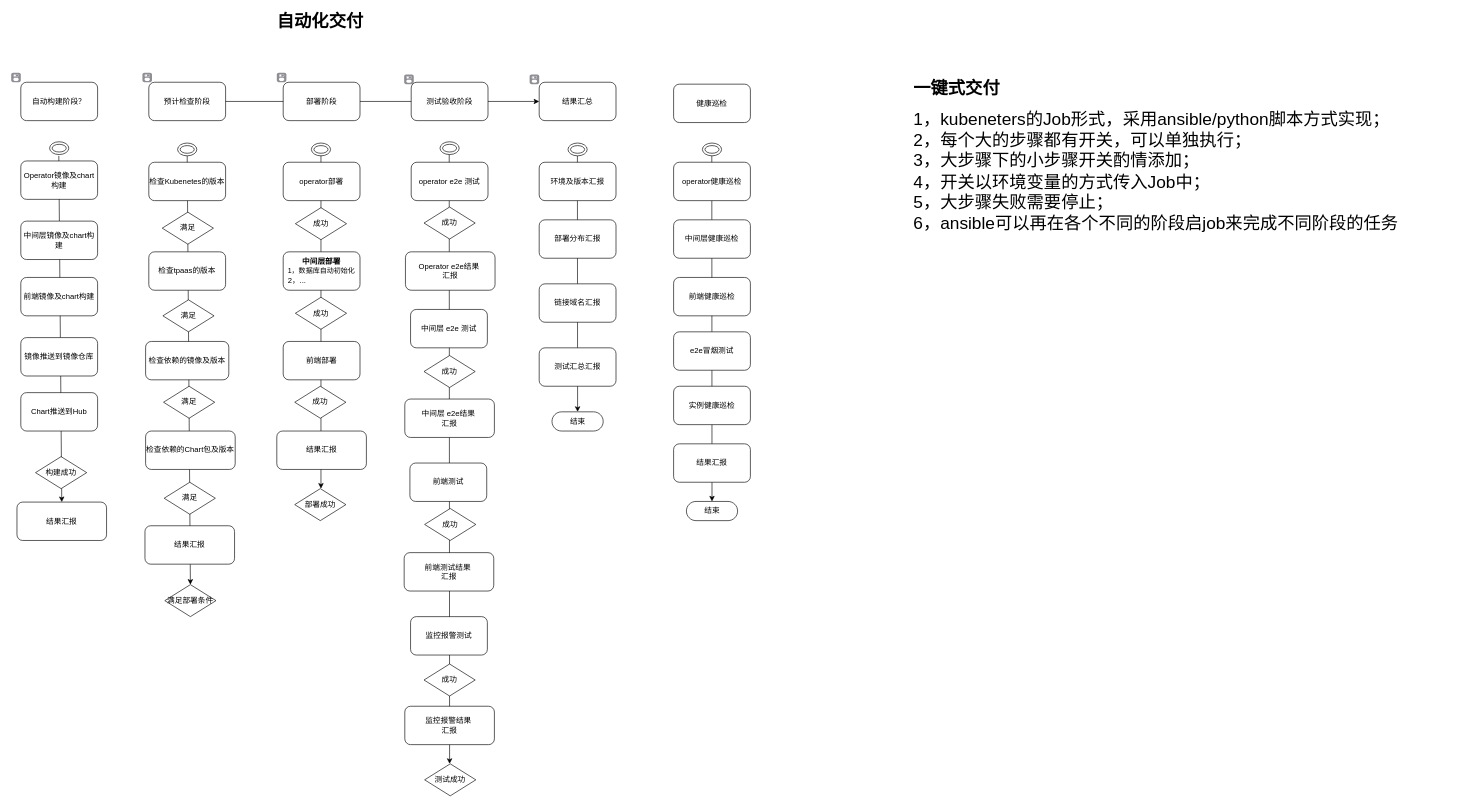
Above: page "自动化交付" (8 of 8) of TPASS.drawio in zjtheone/read-the-fxxk-code (draw.io), before the change. Source tidied: cells renumbered, new cells numbered last; positions are measured from the earlier drawing's top-left corner, leaving out a move shared by most shapes. Both pictures are drawn from the tidied source at 64%, with x=0, y=0 at pixel (11, 15).
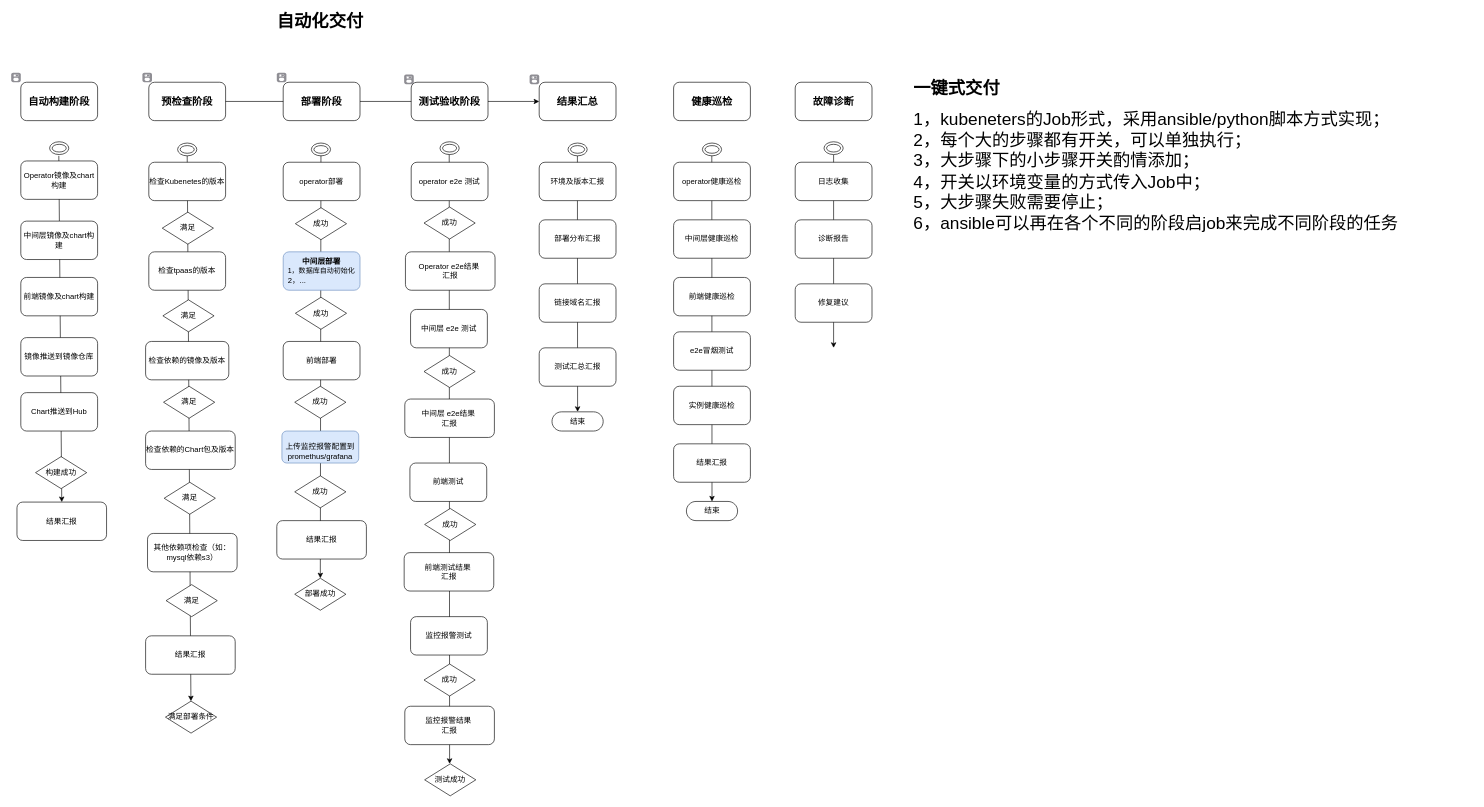
The same diagram, later.

Change to the diagram source:
```diff
@@
+    <mxCell id="78" style="endArrow=classic;html=1;fontColor=#CCE5FF;exitX=0.5;exitY=1;exitDx=0;exitDy=0;" parent="1" edge="1" source="84">
+      <mxGeometry relative="1" as="geometry">
+        <mxPoint x="1285" y="520" as="targetPoint" />
+      </mxGeometry>
+    </mxCell>
@@
-    <mxCell id="6" style="endArrow=classic;html=1;fontSize=27;fontColor=#00FFFF;" parent="1" edge="1">
+    <mxCell id="6" style="endArrow=classic;html=1;fontSize=27;fontColor=#00FFFF;entryX=0.5;entryY=0;entryDx=0;entryDy=0;" parent="1" edge="1" target="48">
       <mxGeometry relative="1" as="geometry">
         <mxPoint x="484" y="215" as="sourcePoint" />
-        <mxPoint x="484" y="740" as="targetPoint" />
       </mxGeometry>
     </mxCell>
-    <mxCell id="7" style="endArrow=classic;html=1;fontSize=27;fontColor=#00FFFF;entryX=0;entryY=0.5;entryDx=0;entryDy=0;" parent="1" edge="1" target="39">
+    <mxCell id="7" style="endArrow=classic;html=1;fontSize=16;fontColor=#00FFFF;entryX=0;entryY=0.5;entryDx=0;entryDy=0;fontStyle=1;" parent="1" edge="1" target="39">
       <mxGeometry relative="1" as="geometry">
         <mxPoint x="325" y="135" as="sourcePoint" />
       </mxGeometry>
     </mxCell>
-    <mxCell id="8" style="endArrow=classic;html=1;fontSize=27;fontColor=#00FFFF;" parent="1" edge="1">
+    <mxCell id="8" style="endArrow=classic;html=1;fontSize=27;fontColor=#00FFFF;" parent="1" edge="1" target="20">
       <mxGeometry relative="1" as="geometry">
         <mxPoint x="275" y="220" as="sourcePoint" />
-        <mxPoint x="280" y="890" as="targetPoint" />
       </mxGeometry>
     </mxCell>
@@
-    <mxCell id="10" value="&lt;font color=&quot;#000000&quot;&gt;预计检查阶段&lt;/font&gt;" style="rounded=1;whiteSpace=wrap;html=1;fontColor=#00FFFF;strokeColor=#000000;gradientColor=none;fillColor=#FFFFFF;" parent="1" vertex="1">
+    <mxCell id="10" value="&lt;font color=&quot;#000000&quot; style=&quot;font-size: 16px&quot;&gt;预检查阶段&lt;/font&gt;" style="rounded=1;whiteSpace=wrap;html=1;fontColor=#00FFFF;strokeColor=#000000;gradientColor=none;fillColor=#FFFFFF;fontStyle=1;fontSize=16;" parent="1" vertex="1">
       <mxGeometry x="215" y="105" width="120" height="60" as="geometry" />
     </mxCell>
@@
     <mxCell id="19" value="&lt;font color=&quot;#000000&quot;&gt;结果汇报&lt;/font&gt;" style="rounded=1;whiteSpace=wrap;html=1;fontColor=#00FFFF;strokeColor=#000000;fillColor=#FFFFFF;gradientColor=none;" parent="1" vertex="1">
-      <mxGeometry x="209" y="798" width="140" height="60" as="geometry" />
+      <mxGeometry x="210" y="970" width="140" height="60" as="geometry" />
     </mxCell>
     <mxCell id="20" value="&lt;font color=&quot;#000000&quot;&gt;满足部署条件&lt;/font&gt;" style="rhombus;whiteSpace=wrap;html=1;fontColor=#00FFFF;strokeColor=#000000;fillColor=#FFFFFF;gradientColor=none;" parent="1" vertex="1">
-      <mxGeometry x="240" y="890" width="80" height="50" as="geometry" />
+      <mxGeometry x="241" y="1072" width="80" height="50" as="geometry" />
     </mxCell>
-    <mxCell id="21" value="&lt;font color=&quot;#000000&quot;&gt;部署阶段&lt;/font&gt;" style="rounded=1;whiteSpace=wrap;html=1;fontColor=#00FFFF;strokeColor=#000000;gradientColor=none;fillColor=#FFFFFF;" parent="1" vertex="1">
+    <mxCell id="21" value="&lt;font color=&quot;#000000&quot; style=&quot;font-size: 16px;&quot;&gt;部署阶段&lt;/font&gt;" style="rounded=1;whiteSpace=wrap;html=1;fontColor=#00FFFF;strokeColor=#000000;gradientColor=none;fillColor=#FFFFFF;fontStyle=1;fontSize=16;" parent="1" vertex="1">
       <mxGeometry x="425" y="105" width="120" height="60" as="geometry" />
     </mxCell>
@@
-    <mxCell id="24" value="&lt;font color=&quot;#000000&quot;&gt;&lt;b&gt;中间层部署&lt;/b&gt;&lt;br&gt;&lt;div style=&quot;text-align: left&quot;&gt;&lt;span style=&quot;font-size: 11px&quot;&gt;1，数据库自动初始化&lt;/span&gt;&lt;/div&gt;&lt;div style=&quot;text-align: left&quot;&gt;&lt;span&gt;2，...&lt;/span&gt;&lt;/div&gt;&lt;/font&gt;" style="rounded=1;whiteSpace=wrap;html=1;fontColor=#00FFFF;strokeColor=#000000;gradientColor=none;fillColor=#FFFFFF;" parent="1" vertex="1">
+    <mxCell id="24" value="&lt;font color=&quot;#000000&quot;&gt;&lt;b&gt;中间层部署&lt;/b&gt;&lt;br&gt;&lt;div style=&quot;text-align: left&quot;&gt;&lt;span style=&quot;font-size: 11px&quot;&gt;1，数据库自动初始化&lt;/span&gt;&lt;/div&gt;&lt;div style=&quot;text-align: left&quot;&gt;&lt;span&gt;2，...&lt;/span&gt;&lt;/div&gt;&lt;/font&gt;" style="rounded=1;whiteSpace=wrap;html=1;strokeColor=#6c8ebf;fillColor=#dae8fc;" parent="1" vertex="1">
       <mxGeometry x="425" y="370" width="120" height="60" as="geometry" />
     </mxCell>
@@
     <mxCell id="28" value="&lt;font color=&quot;#000000&quot;&gt;结果汇报&lt;/font&gt;" style="rounded=1;whiteSpace=wrap;html=1;fontColor=#00FFFF;strokeColor=#000000;fillColor=#FFFFFF;gradientColor=none;" parent="1" vertex="1">
-      <mxGeometry x="415" y="650" width="140" height="60" as="geometry" />
+      <mxGeometry x="415" y="790" width="140" height="60" as="geometry" />
     </mxCell>
-    <mxCell id="29" value="&lt;font color=&quot;#000000&quot;&gt;测试验收阶段&lt;/font&gt;" style="rounded=1;whiteSpace=wrap;html=1;fontColor=#00FFFF;strokeColor=#000000;gradientColor=none;fillColor=#FFFFFF;" parent="1" vertex="1">
+    <mxCell id="29" value="&lt;font color=&quot;#000000&quot; style=&quot;font-size: 16px;&quot;&gt;测试验收阶段&lt;/font&gt;" style="rounded=1;whiteSpace=wrap;html=1;fontColor=#00FFFF;strokeColor=#000000;gradientColor=none;fillColor=#FFFFFF;fontStyle=1;fontSize=16;" parent="1" vertex="1">
       <mxGeometry x="625" y="105" width="120" height="60" as="geometry" />
     </mxCell>
@@
-    <mxCell id="39" value="&lt;font color=&quot;#000000&quot;&gt;结果汇总&lt;/font&gt;" style="rounded=1;whiteSpace=wrap;html=1;fontColor=#00FFFF;strokeColor=#000000;gradientColor=none;fillColor=#FFFFFF;" parent="1" vertex="1">
+    <mxCell id="39" value="&lt;font color=&quot;#000000&quot; style=&quot;font-size: 16px;&quot;&gt;结果汇总&lt;/font&gt;" style="rounded=1;whiteSpace=wrap;html=1;fontColor=#00FFFF;strokeColor=#000000;gradientColor=none;fillColor=#FFFFFF;fontStyle=1;fontSize=16;" parent="1" vertex="1">
       <mxGeometry x="825" y="105" width="120" height="60" as="geometry" />
     </mxCell>
-    <mxCell id="40" style="html=1;strokeWidth=1;shadow=0;dashed=0;shape=mxgraph.ios7.misc.switch;fillColor=#8F8E94;strokeColor=none;buttonText=;strokeColor2=#222222;fontColor=#222222;fontSize=8;verticalLabelPosition=bottom;verticalAlign=top;align=center;" parent="1" vertex="1">
+    <mxCell id="40" style="html=1;strokeWidth=1;shadow=0;dashed=0;shape=mxgraph.ios7.misc.switch;fillColor=#8F8E94;strokeColor=none;buttonText=;strokeColor2=#222222;fontColor=#222222;fontSize=16;verticalLabelPosition=bottom;verticalAlign=top;align=center;fontStyle=1;" parent="1" vertex="1">
       <mxGeometry x="205" y="90" width="15" height="15" as="geometry" />
     </mxCell>
-    <mxCell id="41" style="html=1;strokeWidth=1;shadow=0;dashed=0;shape=mxgraph.ios7.misc.switch;fillColor=#8F8E94;strokeColor=none;buttonText=;strokeColor2=#222222;fontColor=#222222;fontSize=8;verticalLabelPosition=bottom;verticalAlign=top;align=center;" parent="1" vertex="1">
+    <mxCell id="41" style="html=1;strokeWidth=1;shadow=0;dashed=0;shape=mxgraph.ios7.misc.switch;fillColor=#8F8E94;strokeColor=none;buttonText=;strokeColor2=#222222;fontColor=#222222;fontSize=16;verticalLabelPosition=bottom;verticalAlign=top;align=center;fontStyle=1;" parent="1" vertex="1">
       <mxGeometry x="415" y="90" width="15" height="15" as="geometry" />
     </mxCell>
-    <mxCell id="42" style="html=1;strokeWidth=1;shadow=0;dashed=0;shape=mxgraph.ios7.misc.switch;fillColor=#8F8E94;strokeColor=none;buttonText=;strokeColor2=#222222;fontColor=#222222;fontSize=8;verticalLabelPosition=bottom;verticalAlign=top;align=center;" parent="1" vertex="1">
+    <mxCell id="42" style="html=1;strokeWidth=1;shadow=0;dashed=0;shape=mxgraph.ios7.misc.switch;fillColor=#8F8E94;strokeColor=none;buttonText=;strokeColor2=#222222;fontColor=#222222;fontSize=16;verticalLabelPosition=bottom;verticalAlign=top;align=center;fontStyle=1;" parent="1" vertex="1">
       <mxGeometry x="614" y="93" width="15" height="15" as="geometry" />
     </mxCell>
-    <mxCell id="43" style="html=1;strokeWidth=1;shadow=0;dashed=0;shape=mxgraph.ios7.misc.switch;fillColor=#8F8E94;strokeColor=none;buttonText=;strokeColor2=#222222;fontColor=#222222;fontSize=8;verticalLabelPosition=bottom;verticalAlign=top;align=center;" parent="1" vertex="1">
+    <mxCell id="43" style="html=1;strokeWidth=1;shadow=0;dashed=0;shape=mxgraph.ios7.misc.switch;fillColor=#8F8E94;strokeColor=none;buttonText=;strokeColor2=#222222;fontColor=#222222;fontSize=16;verticalLabelPosition=bottom;verticalAlign=top;align=center;fontStyle=1;" parent="1" vertex="1">
       <mxGeometry x="810" y="93" width="15" height="15" as="geometry" />
     </mxCell>
@@
     <mxCell id="48" value="&lt;font color=&quot;#000000&quot;&gt;部署成功&lt;/font&gt;" style="rhombus;whiteSpace=wrap;html=1;fontColor=#00FFFF;strokeColor=#000000;fillColor=#FFFFFF;gradientColor=none;" parent="1" vertex="1">
-      <mxGeometry x="443" y="740" width="80" height="50" as="geometry" />
+      <mxGeometry x="443" y="880" width="80" height="50" as="geometry" />
     </mxCell>
@@
-    <mxCell id="59" value="&lt;font color=&quot;#000000&quot;&gt;自动构建阶段？&lt;/font&gt;" style="rounded=1;whiteSpace=wrap;html=1;fontColor=#00FFFF;strokeColor=#000000;gradientColor=none;fillColor=#FFFFFF;" parent="1" vertex="1">
+    <mxCell id="59" value="&lt;font color=&quot;#000000&quot; style=&quot;font-size: 16px&quot;&gt;自动构建阶段&lt;/font&gt;" style="rounded=1;whiteSpace=wrap;html=1;fontColor=#00FFFF;strokeColor=#000000;gradientColor=none;fillColor=#FFFFFF;fontStyle=1;fontSize=16;" parent="1" vertex="1">
       <mxGeometry x="15" y="105" width="120" height="60" as="geometry" />
     </mxCell>
@@
-    <mxCell id="69" value="&lt;font color=&quot;#000000&quot;&gt;健康巡检&lt;/font&gt;" style="rounded=1;whiteSpace=wrap;html=1;fontColor=#00FFFF;strokeColor=#000000;gradientColor=none;fillColor=#FFFFFF;" parent="1" vertex="1">
-      <mxGeometry x="1035" y="108" width="120" height="60" as="geometry" />
+    <mxCell id="69" value="&lt;font color=&quot;#000000&quot; style=&quot;font-size: 16px;&quot;&gt;健康巡检&lt;/font&gt;" style="rounded=1;whiteSpace=wrap;html=1;fontColor=#00FFFF;strokeColor=#000000;gradientColor=none;fillColor=#FFFFFF;fontStyle=1;fontSize=16;" parent="1" vertex="1">
+      <mxGeometry x="1035" y="105" width="120" height="60" as="geometry" />
     </mxCell>
@@
+    <mxCell id="79" value="&lt;font color=&quot;#000000&quot;&gt;&lt;br&gt;上传监控报警配置到&lt;br&gt;promethus/grafana&lt;br&gt;&lt;/font&gt;" style="rounded=1;whiteSpace=wrap;html=1;strokeColor=#6c8ebf;align=center;fillColor=#dae8fc;" parent="1" vertex="1">
+      <mxGeometry x="423" y="650" width="120" height="50" as="geometry" />
+    </mxCell>
+    <mxCell id="80" value="&lt;font color=&quot;#000000&quot;&gt;成功&lt;/font&gt;" style="rhombus;whiteSpace=wrap;html=1;fontColor=#00FFFF;strokeColor=#000000;fillColor=#FFFFFF;gradientColor=none;" parent="1" vertex="1">
+      <mxGeometry x="443" y="720" width="80" height="50" as="geometry" />
+    </mxCell>
+    <mxCell id="81" value="&lt;font color=&quot;#000000&quot; style=&quot;font-size: 16px;&quot;&gt;故障诊断&lt;/font&gt;" style="rounded=1;whiteSpace=wrap;html=1;fontColor=#00FFFF;strokeColor=#000000;gradientColor=none;fillColor=#FFFFFF;fontStyle=1;fontSize=16;" parent="1" vertex="1">
+      <mxGeometry x="1225" y="105" width="120" height="60" as="geometry" />
+    </mxCell>
+    <mxCell id="82" value="&lt;font color=&quot;#000000&quot;&gt;日志收集&lt;/font&gt;" style="rounded=1;whiteSpace=wrap;html=1;fontColor=#00FFFF;strokeColor=#000000;gradientColor=none;fillColor=#FFFFFF;" parent="1" vertex="1">
+      <mxGeometry x="1225" y="230" width="120" height="60" as="geometry" />
+    </mxCell>
+    <mxCell id="83" value="&lt;font color=&quot;#000000&quot;&gt;诊断报告&lt;/font&gt;" style="rounded=1;whiteSpace=wrap;html=1;fontColor=#00FFFF;strokeColor=#000000;gradientColor=none;fillColor=#FFFFFF;" parent="1" vertex="1">
+      <mxGeometry x="1225" y="320" width="120" height="60" as="geometry" />
+    </mxCell>
+    <mxCell id="84" style="ellipse;shape=doubleEllipse;whiteSpace=wrap;html=1;fontSize=27;fontColor=#00FFFF;strokeColor=#000000;fillColor=#FFFFFF;gradientColor=none;" parent="1" vertex="1">
+      <mxGeometry x="1270" y="198" width="30" height="20" as="geometry" />
+    </mxCell>
+    <mxCell id="85" value="&lt;font color=&quot;#000000&quot;&gt;修复建议&lt;/font&gt;" style="rounded=1;whiteSpace=wrap;html=1;fontColor=#00FFFF;strokeColor=#000000;gradientColor=none;fillColor=#FFFFFF;" parent="1" vertex="1">
+      <mxGeometry x="1225" y="420" width="120" height="60" as="geometry" />
+    </mxCell>
+    <mxCell id="86" value="&lt;font color=&quot;#000000&quot;&gt;其他依赖项检查（如：mysql依赖s3）&lt;/font&gt;" style="rounded=1;whiteSpace=wrap;html=1;fontColor=#00FFFF;strokeColor=#000000;fillColor=#FFFFFF;gradientColor=none;" parent="1" vertex="1">
+      <mxGeometry x="213" y="810" width="140" height="60" as="geometry" />
+    </mxCell>
+    <mxCell id="87" value="&lt;font color=&quot;#000000&quot;&gt;满足&lt;/font&gt;" style="rhombus;whiteSpace=wrap;html=1;fontColor=#00FFFF;strokeColor=#000000;fillColor=#FFFFFF;gradientColor=none;" parent="1" vertex="1">
+      <mxGeometry x="242" y="890" width="80" height="50" as="geometry" />
+    </mxCell>
```
